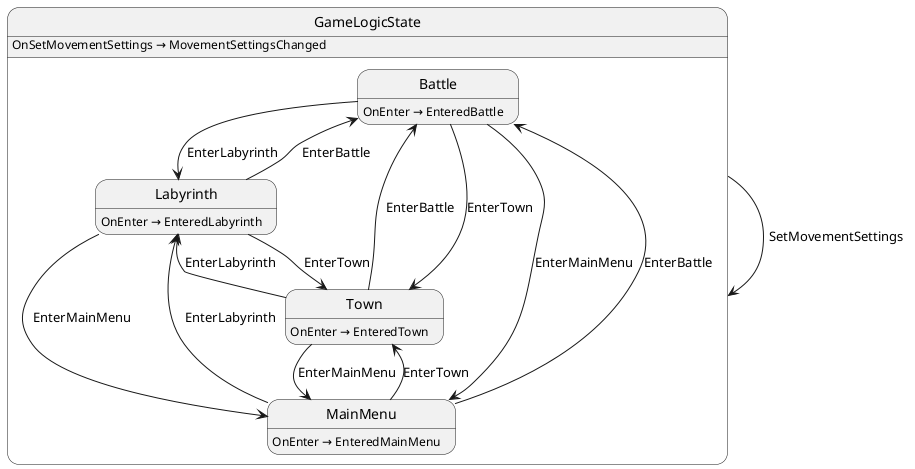
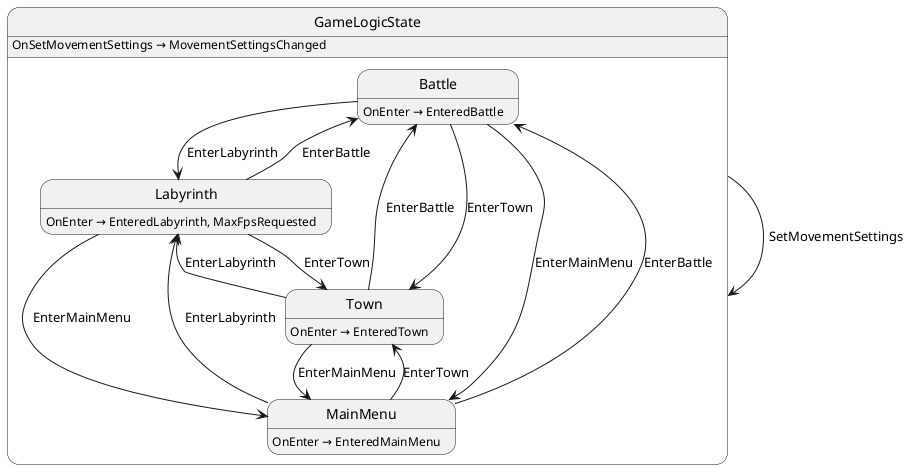
@startuml GameLogicState
state "GameLogicState" as Labyrinth_GameLogicState {
  state "Battle" as Labyrinth_GameLogicState_Battle
  state "Labyrinth" as Labyrinth_GameLogicState_Labyrinth
  state "MainMenu" as Labyrinth_GameLogicState_MainMenu
  state "Town" as Labyrinth_GameLogicState_Town
}

Labyrinth_GameLogicState --> Labyrinth_GameLogicState : SetMovementSettings
Labyrinth_GameLogicState_Battle --> Labyrinth_GameLogicState_Labyrinth : EnterLabyrinth
Labyrinth_GameLogicState_Battle --> Labyrinth_GameLogicState_MainMenu : EnterMainMenu
Labyrinth_GameLogicState_Battle --> Labyrinth_GameLogicState_Town : EnterTown
Labyrinth_GameLogicState_Labyrinth --> Labyrinth_GameLogicState_Battle : EnterBattle
Labyrinth_GameLogicState_Labyrinth --> Labyrinth_GameLogicState_MainMenu : EnterMainMenu
Labyrinth_GameLogicState_Labyrinth --> Labyrinth_GameLogicState_Town : EnterTown
Labyrinth_GameLogicState_MainMenu --> Labyrinth_GameLogicState_Battle : EnterBattle
Labyrinth_GameLogicState_MainMenu --> Labyrinth_GameLogicState_Labyrinth : EnterLabyrinth
Labyrinth_GameLogicState_MainMenu --> Labyrinth_GameLogicState_Town : EnterTown
Labyrinth_GameLogicState_Town --> Labyrinth_GameLogicState_Battle : EnterBattle
Labyrinth_GameLogicState_Town --> Labyrinth_GameLogicState_Labyrinth : EnterLabyrinth
Labyrinth_GameLogicState_Town --> Labyrinth_GameLogicState_MainMenu : EnterMainMenu

Labyrinth_GameLogicState : OnSetMovementSettings → MovementSettingsChanged
Labyrinth_GameLogicState_Battle : OnEnter → EnteredBattle
- Labyrinth_GameLogicState_Labyrinth : OnEnter → EnteredLabyrinth
+ Labyrinth_GameLogicState_Labyrinth : OnEnter → EnteredLabyrinth, MaxFpsRequested
Labyrinth_GameLogicState_MainMenu : OnEnter → EnteredMainMenu
Labyrinth_GameLogicState_Town : OnEnter → EnteredTown
@enduml